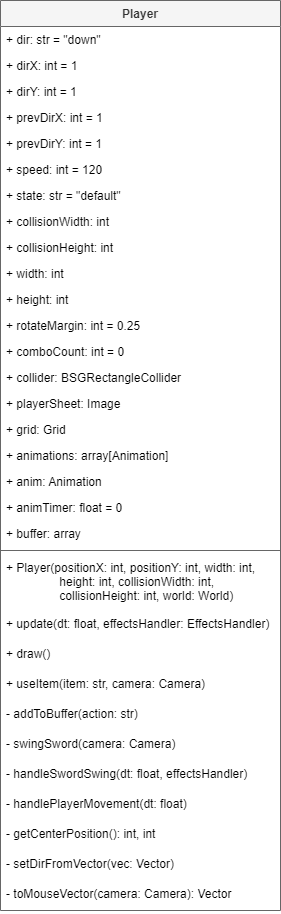
The draw.io diagram docs/class-diagram.drawio.png in Perla-Al-Haddad/HeartOfWoodland, before a commit. Source tidied: cells renumbered, new cells last; positions are measured from the earlier drawing's top-left corner, leaving out a move shared by most shapes.
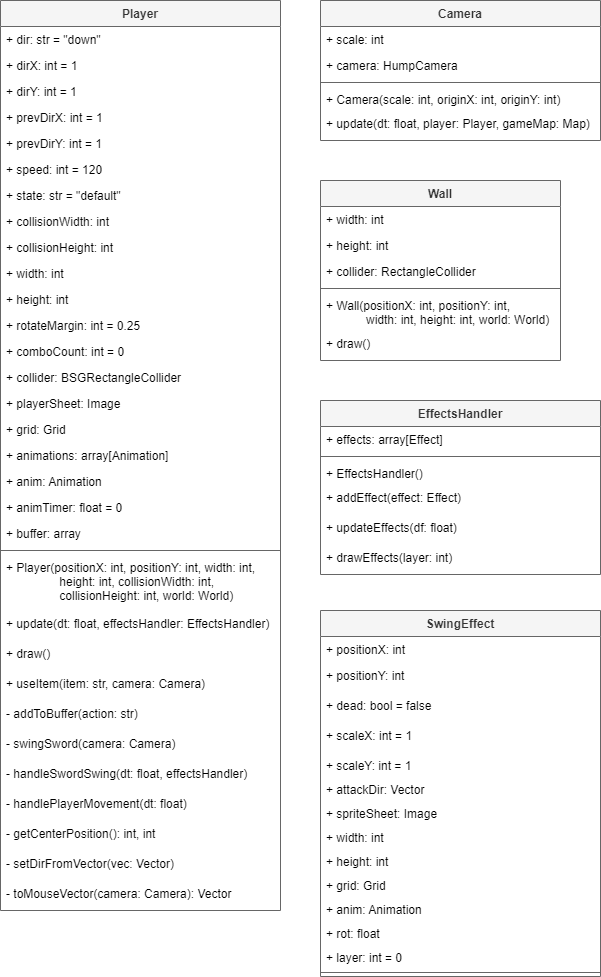
The same file after the commit.

Commit message:
finished adding all classes in class diagram

Change to the diagram source:
```diff
@@ -101,5 +101,110 @@
     <mxCell id="34" value="- toMouseVector(camera: Camera): Vector" style="text;strokeColor=none;fillColor=none;align=left;verticalAlign=top;spacingLeft=4;spacingRight=4;overflow=hidden;fontColor=#000000;" parent="2" vertex="1">
       <mxGeometry y="880" width="280" height="30" as="geometry" />
     </mxCell>
+    <mxCell id="35" value="Camera" style="swimlane;fontStyle=1;align=center;verticalAlign=top;horizontal=1;startSize=26;fillColor=#f5f5f5;fontColor=#333333;strokeColor=#666666;gradientColor=none;swimlaneFillColor=#FFFFFF;" parent="1" vertex="1">
+      <mxGeometry x="320" width="280" height="140" as="geometry" />
+    </mxCell>
+    <mxCell id="36" value="+ scale: int " style="text;strokeColor=none;fillColor=none;align=left;verticalAlign=top;spacingLeft=4;spacingRight=4;overflow=hidden;fontColor=#000000;" parent="35" vertex="1">
+      <mxGeometry y="26" width="280" height="26" as="geometry" />
+    </mxCell>
+    <mxCell id="37" value="+ camera: HumpCamera" style="text;strokeColor=none;fillColor=none;align=left;verticalAlign=top;spacingLeft=4;spacingRight=4;overflow=hidden;fontColor=#000000;" parent="35" vertex="1">
+      <mxGeometry y="52" width="280" height="26" as="geometry" />
+    </mxCell>
+    <mxCell id="38" style="line;strokeWidth=1;fillColor=none;align=left;verticalAlign=middle;spacingTop=-1;spacingLeft=3;spacingRight=3;labelPosition=right;strokeColor=inherit;" parent="35" vertex="1">
+      <mxGeometry y="78" width="280" height="8" as="geometry" />
+    </mxCell>
+    <mxCell id="39" value="+ Camera(scale: int, originX: int, originY: int)" style="text;strokeColor=none;fillColor=none;align=left;verticalAlign=top;spacingLeft=4;spacingRight=4;overflow=hidden;fontColor=#000000;" parent="35" vertex="1">
+      <mxGeometry y="86" width="280" height="24" as="geometry" />
+    </mxCell>
+    <mxCell id="40" value="+ update(dt: float, player: Player, gameMap: Map)" style="text;strokeColor=none;fillColor=none;align=left;verticalAlign=top;spacingLeft=4;spacingRight=4;overflow=hidden;fontColor=#000000;" parent="35" vertex="1">
+      <mxGeometry y="110" width="280" height="30" as="geometry" />
+    </mxCell>
+    <mxCell id="41" value="Wall" style="swimlane;fontStyle=1;align=center;verticalAlign=top;horizontal=1;startSize=26;fillColor=#f5f5f5;fontColor=#333333;strokeColor=#666666;gradientColor=none;swimlaneFillColor=#FFFFFF;" parent="1" vertex="1">
+      <mxGeometry x="320" y="180" width="240" height="180" as="geometry" />
+    </mxCell>
+    <mxCell id="42" value="+ width: int " style="text;strokeColor=none;fillColor=none;align=left;verticalAlign=top;spacingLeft=4;spacingRight=4;overflow=hidden;fontColor=#000000;" parent="41" vertex="1">
+      <mxGeometry y="26" width="240" height="26" as="geometry" />
+    </mxCell>
+    <mxCell id="43" value="+ height: int" style="text;strokeColor=none;fillColor=none;align=left;verticalAlign=top;spacingLeft=4;spacingRight=4;overflow=hidden;fontColor=#000000;" parent="41" vertex="1">
+      <mxGeometry y="52" width="240" height="26" as="geometry" />
+    </mxCell>
+    <mxCell id="44" value="+ collider: RectangleCollider" style="text;strokeColor=none;fillColor=none;align=left;verticalAlign=top;spacingLeft=4;spacingRight=4;overflow=hidden;fontColor=#000000;" parent="41" vertex="1">
+      <mxGeometry y="78" width="240" height="26" as="geometry" />
+    </mxCell>
+    <mxCell id="45" style="line;strokeWidth=1;fillColor=none;align=left;verticalAlign=middle;spacingTop=-1;spacingLeft=3;spacingRight=3;labelPosition=right;strokeColor=inherit;" parent="41" vertex="1">
+      <mxGeometry y="104" width="240" height="8" as="geometry" />
+    </mxCell>
+    <mxCell id="46" value="+ Wall(positionX: int, positionY: int, &#10;            width: int, height: int, world: World)" style="text;strokeColor=none;fillColor=none;align=left;verticalAlign=top;spacingLeft=4;spacingRight=4;overflow=hidden;fontColor=#000000;" parent="41" vertex="1">
+      <mxGeometry y="112" width="240" height="38" as="geometry" />
+    </mxCell>
+    <mxCell id="47" value="+ draw()" style="text;strokeColor=none;fillColor=none;align=left;verticalAlign=top;spacingLeft=4;spacingRight=4;overflow=hidden;fontColor=#000000;" parent="41" vertex="1">
+      <mxGeometry y="150" width="240" height="30" as="geometry" />
+    </mxCell>
+    <mxCell id="48" value="EffectsHandler" style="swimlane;fontStyle=1;align=center;verticalAlign=top;horizontal=1;startSize=26;fillColor=#f5f5f5;fontColor=#333333;strokeColor=#666666;gradientColor=none;swimlaneFillColor=#FFFFFF;" parent="1" vertex="1">
+      <mxGeometry x="320" y="400" width="280" height="174" as="geometry" />
+    </mxCell>
+    <mxCell id="49" value="+ effects: array[Effect] " style="text;strokeColor=none;fillColor=none;align=left;verticalAlign=top;spacingLeft=4;spacingRight=4;overflow=hidden;fontColor=#000000;" parent="48" vertex="1">
+      <mxGeometry y="26" width="280" height="26" as="geometry" />
+    </mxCell>
+    <mxCell id="50" style="line;strokeWidth=1;fillColor=none;align=left;verticalAlign=middle;spacingTop=-1;spacingLeft=3;spacingRight=3;labelPosition=right;strokeColor=inherit;" parent="48" vertex="1">
+      <mxGeometry y="52" width="280" height="8" as="geometry" />
+    </mxCell>
+    <mxCell id="51" value="+ EffectsHandler()" style="text;strokeColor=none;fillColor=none;align=left;verticalAlign=top;spacingLeft=4;spacingRight=4;overflow=hidden;fontColor=#000000;" parent="48" vertex="1">
+      <mxGeometry y="60" width="280" height="24" as="geometry" />
+    </mxCell>
+    <mxCell id="52" value="+ addEffect(effect: Effect)" style="text;strokeColor=none;fillColor=none;align=left;verticalAlign=top;spacingLeft=4;spacingRight=4;overflow=hidden;fontColor=#000000;" parent="48" vertex="1">
+      <mxGeometry y="84" width="280" height="30" as="geometry" />
+    </mxCell>
+    <mxCell id="53" value="+ updateEffects(df: float)" style="text;strokeColor=none;fillColor=none;align=left;verticalAlign=top;spacingLeft=4;spacingRight=4;overflow=hidden;fontColor=#000000;" parent="48" vertex="1">
+      <mxGeometry y="114" width="280" height="30" as="geometry" />
+    </mxCell>
+    <mxCell id="54" value="+ drawEffects(layer: int)" style="text;strokeColor=none;fillColor=none;align=left;verticalAlign=top;spacingLeft=4;spacingRight=4;overflow=hidden;fontColor=#000000;" parent="48" vertex="1">
+      <mxGeometry y="144" width="280" height="30" as="geometry" />
+    </mxCell>
+    <mxCell id="55" value="SwingEffect" style="swimlane;fontStyle=1;align=center;verticalAlign=top;horizontal=1;startSize=26;fillColor=#f5f5f5;fontColor=#333333;strokeColor=#666666;gradientColor=none;swimlaneFillColor=#FFFFFF;" parent="1" vertex="1">
+      <mxGeometry x="320" y="610" width="280" height="366" as="geometry" />
+    </mxCell>
+    <mxCell id="56" value="+ positionX: int" style="text;strokeColor=none;fillColor=none;align=left;verticalAlign=top;spacingLeft=4;spacingRight=4;overflow=hidden;fontColor=#000000;" parent="55" vertex="1">
+      <mxGeometry y="26" width="280" height="26" as="geometry" />
+    </mxCell>
+    <mxCell id="57" value="+ positionY: int" style="text;strokeColor=none;fillColor=none;align=left;verticalAlign=top;spacingLeft=4;spacingRight=4;overflow=hidden;fontColor=#000000;" parent="55" vertex="1">
+      <mxGeometry y="52" width="280" height="30" as="geometry" />
+    </mxCell>
+    <mxCell id="58" value="+ dead: bool = false" style="text;strokeColor=none;fillColor=none;align=left;verticalAlign=top;spacingLeft=4;spacingRight=4;overflow=hidden;fontColor=#000000;" parent="55" vertex="1">
+      <mxGeometry y="82" width="280" height="30" as="geometry" />
+    </mxCell>
+    <mxCell id="59" value="+ scaleX: int = 1" style="text;strokeColor=none;fillColor=none;align=left;verticalAlign=top;spacingLeft=4;spacingRight=4;overflow=hidden;fontColor=#000000;" parent="55" vertex="1">
+      <mxGeometry y="112" width="280" height="30" as="geometry" />
+    </mxCell>
+    <mxCell id="60" value="+ scaleY: int = 1" style="text;strokeColor=none;fillColor=none;align=left;verticalAlign=top;spacingLeft=4;spacingRight=4;overflow=hidden;fontColor=#000000;" parent="55" vertex="1">
+      <mxGeometry y="142" width="280" height="24" as="geometry" />
+    </mxCell>
+    <mxCell id="61" value="+ attackDir: Vector" style="text;strokeColor=none;fillColor=none;align=left;verticalAlign=top;spacingLeft=4;spacingRight=4;overflow=hidden;fontColor=#000000;" parent="55" vertex="1">
+      <mxGeometry y="166" width="280" height="24" as="geometry" />
+    </mxCell>
+    <mxCell id="62" value="+ spriteSheet: Image" style="text;strokeColor=none;fillColor=none;align=left;verticalAlign=top;spacingLeft=4;spacingRight=4;overflow=hidden;fontColor=#000000;" parent="55" vertex="1">
+      <mxGeometry y="190" width="280" height="24" as="geometry" />
+    </mxCell>
+    <mxCell id="63" value="+ width: int" style="text;strokeColor=none;fillColor=none;align=left;verticalAlign=top;spacingLeft=4;spacingRight=4;overflow=hidden;fontColor=#000000;" parent="55" vertex="1">
+      <mxGeometry y="214" width="280" height="24" as="geometry" />
+    </mxCell>
+    <mxCell id="64" value="+ height: int" style="text;strokeColor=none;fillColor=none;align=left;verticalAlign=top;spacingLeft=4;spacingRight=4;overflow=hidden;fontColor=#000000;" parent="55" vertex="1">
+      <mxGeometry y="238" width="280" height="24" as="geometry" />
+    </mxCell>
+    <mxCell id="65" value="+ grid: Grid" style="text;strokeColor=none;fillColor=none;align=left;verticalAlign=top;spacingLeft=4;spacingRight=4;overflow=hidden;fontColor=#000000;" parent="55" vertex="1">
+      <mxGeometry y="262" width="280" height="24" as="geometry" />
+    </mxCell>
+    <mxCell id="66" value="+ anim: Animation" style="text;strokeColor=none;fillColor=none;align=left;verticalAlign=top;spacingLeft=4;spacingRight=4;overflow=hidden;fontColor=#000000;" parent="55" vertex="1">
+      <mxGeometry y="286" width="280" height="24" as="geometry" />
+    </mxCell>
+    <mxCell id="67" value="+ rot: float" style="text;strokeColor=none;fillColor=none;align=left;verticalAlign=top;spacingLeft=4;spacingRight=4;overflow=hidden;fontColor=#000000;" parent="55" vertex="1">
+      <mxGeometry y="310" width="280" height="24" as="geometry" />
+    </mxCell>
+    <mxCell id="68" value="+ layer: int = 0" style="text;strokeColor=none;fillColor=none;align=left;verticalAlign=top;spacingLeft=4;spacingRight=4;overflow=hidden;fontColor=#000000;" parent="55" vertex="1">
+      <mxGeometry y="334" width="280" height="24" as="geometry" />
+    </mxCell>
+    <mxCell id="69" style="line;strokeWidth=1;fillColor=none;align=left;verticalAlign=middle;spacingTop=-1;spacingLeft=3;spacingRight=3;labelPosition=right;strokeColor=inherit;" parent="55" vertex="1">
+      <mxGeometry y="358" width="280" height="8" as="geometry" />
+    </mxCell>
   </root>
 </mxGraphModel>
```
